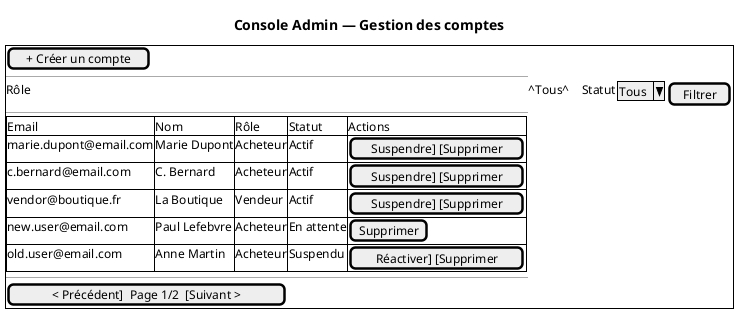
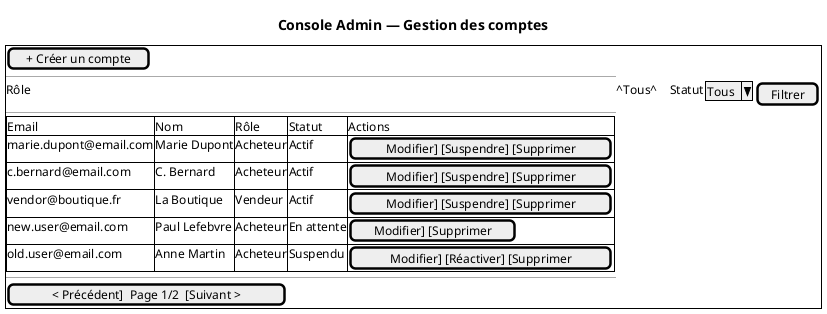
@startsalt
' Composant PA : front-admin (Console Administrateur)
' Fonctions allouées : Service Compte — FS-A01 (créer/suspendre/supprimer), FS-A02 (rôles)
' Les actions disponibles varient selon le statut du compte
title Console Admin — Gestion des comptes

{+
  [+ Créer un compte]
  --
  Rôle   | ^Tous^    Statut | ^Tous^   | [Filtrer]
  --
  {#
    Email                    | Nom            | Rôle     | Statut    | Actions
-     marie.dupont@email.com   | Marie Dupont   | Acheteur | Actif     | [Suspendre] [Supprimer]
-     c.bernard@email.com      | C. Bernard     | Acheteur | Actif     | [Suspendre] [Supprimer]
-     vendor@boutique.fr       | La Boutique    | Vendeur  | Actif     | [Suspendre] [Supprimer]
-     new.user@email.com       | Paul Lefebvre  | Acheteur | En attente| [Supprimer]
-     old.user@email.com       | Anne Martin    | Acheteur | Suspendu  | [Réactiver] [Supprimer]
+     marie.dupont@email.com   | Marie Dupont   | Acheteur | Actif     | [Modifier] [Suspendre] [Supprimer]
+     c.bernard@email.com      | C. Bernard     | Acheteur | Actif     | [Modifier] [Suspendre] [Supprimer]
+     vendor@boutique.fr       | La Boutique    | Vendeur  | Actif     | [Modifier] [Suspendre] [Supprimer]
+     new.user@email.com       | Paul Lefebvre  | Acheteur | En attente| [Modifier] [Supprimer]
+     old.user@email.com       | Anne Martin    | Acheteur | Suspendu  | [Modifier] [Réactiver] [Supprimer]
  }
  --
  [< Précédent]  Page 1/2  [Suivant >]
}
@endsalt
